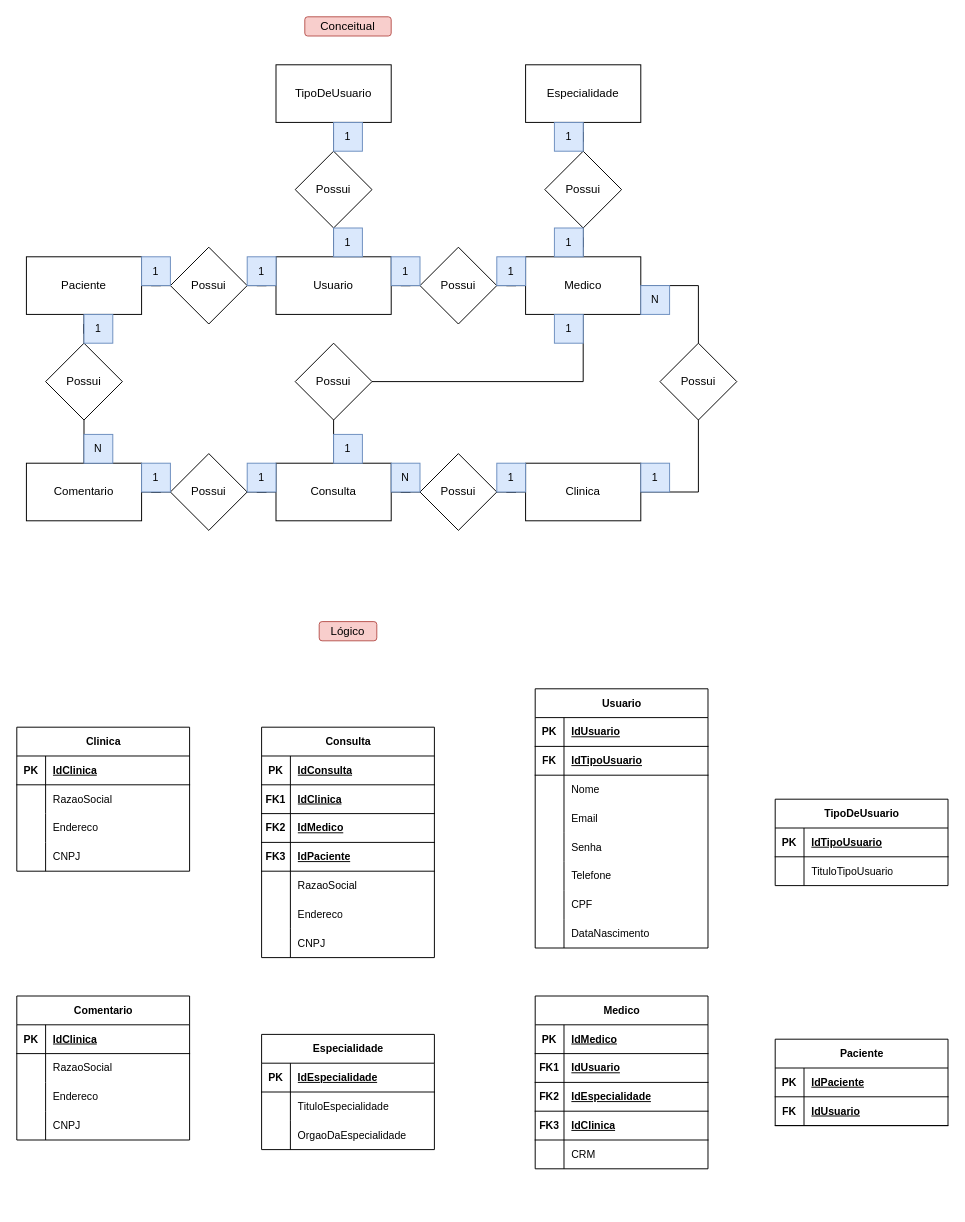
The draw.io diagram Health Clinic/Health Clinic.drawio in Gustavo-daCosta/Tecnico-DEV-Projetos, before the edit. Source tidied: cells renumbered, new cells numbered last; positions are measured from the earlier drawing's top-left corner, leaving out a move shared by most shapes. Both pictures are drawn from the tidied source at 96%, with x=0, y=0 at pixel (16, 16).
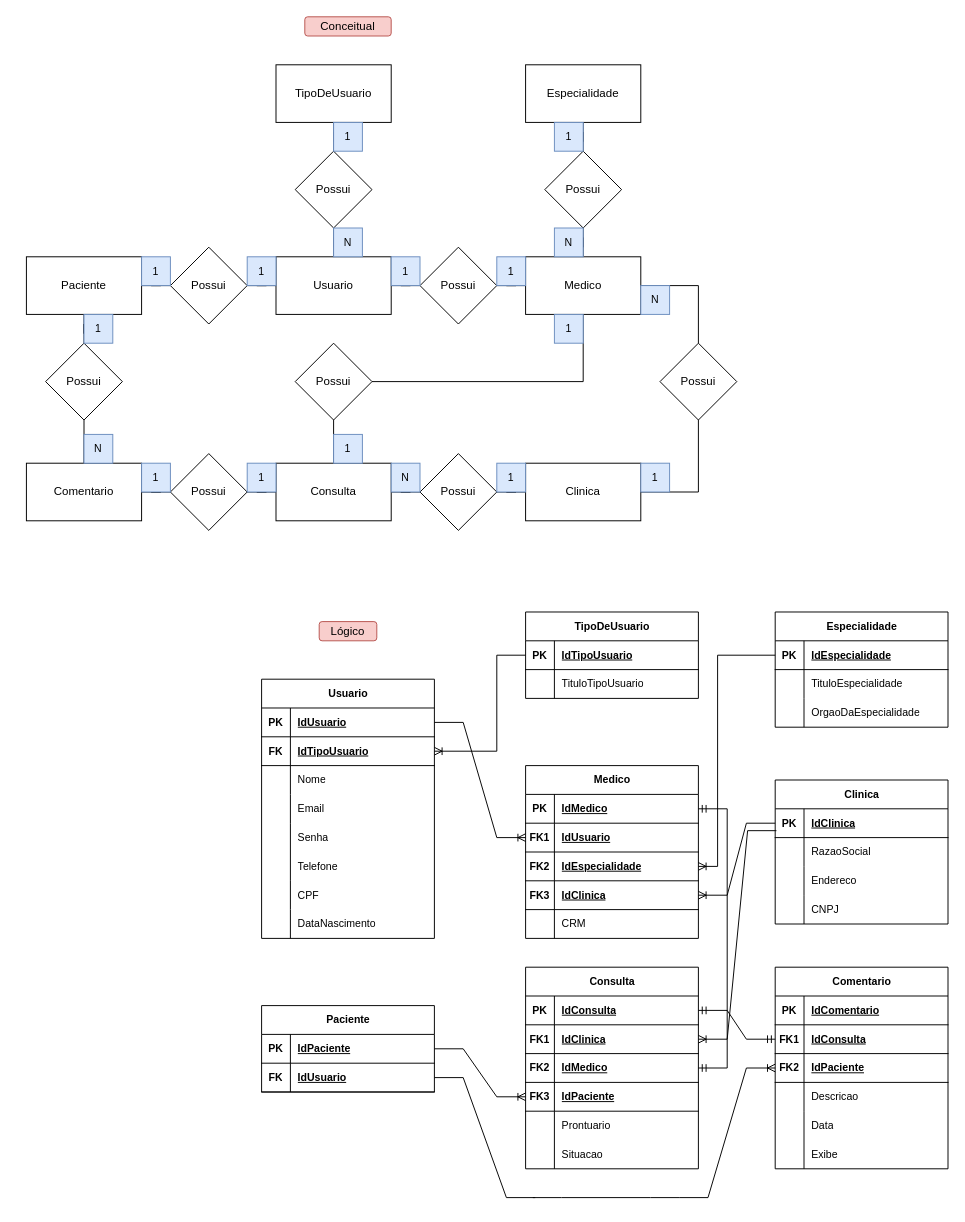
After the change.

Commit message (it also covers changes not shown here):
Health Clinic: MER & DER finalizado

The change refers to these unchanged cells:
```xml
<mxCell id="58" style="shape=tableRow;horizontal=0;startSize=0;swimlaneHead=0;swimlaneBody=0;fillColor=none;points=[[0,0.5],[1,0.5]];portConstraint=eastwest;top=0;left=0;right=0;bottom=1;fontFamily=Helvetica;fontSize=11;fontColor=default;" parent="57" vertex="1">
  <mxGeometry y="30" width="180" height="30" as="geometry" />
</mxCell>
<mxCell id="78" style="shape=tableRow;horizontal=0;startSize=0;swimlaneHead=0;swimlaneBody=0;fillColor=none;points=[[0,0.5],[1,0.5]];portConstraint=eastwest;top=0;left=0;right=0;bottom=1;fontFamily=Helvetica;fontSize=11;fontColor=default;" parent="77" vertex="1">
  <mxGeometry y="30" width="180" height="30" as="geometry" />
</mxCell>
<mxCell id="81" style="shape=tableRow;horizontal=0;startSize=0;swimlaneHead=0;swimlaneBody=0;fillColor=none;points=[[0,0.5],[1,0.5]];portConstraint=eastwest;top=0;left=0;right=0;bottom=1;fontFamily=Helvetica;fontSize=11;fontColor=default;" parent="77" vertex="1">
  <mxGeometry y="60" width="180" height="30" as="geometry" />
</mxCell>
<mxCell id="103" style="shape=tableRow;horizontal=0;startSize=0;swimlaneHead=0;swimlaneBody=0;fillColor=none;points=[[0,0.5],[1,0.5]];portConstraint=eastwest;top=0;left=0;right=0;bottom=1;fontFamily=Helvetica;fontSize=11;fontColor=default;" parent="102" vertex="1">
  <mxGeometry y="30" width="180" height="30" as="geometry" />
</mxCell>
<mxCell id="106" style="shape=tableRow;horizontal=0;startSize=0;swimlaneHead=0;swimlaneBody=0;fillColor=none;points=[[0,0.5],[1,0.5]];portConstraint=eastwest;top=0;left=0;right=0;bottom=1;fontFamily=Helvetica;fontSize=11;fontColor=default;" parent="102" vertex="1">
  <mxGeometry y="60" width="180" height="30" as="geometry" />
</mxCell>
<mxCell id="109" style="shape=tableRow;horizontal=0;startSize=0;swimlaneHead=0;swimlaneBody=0;fillColor=none;points=[[0,0.5],[1,0.5]];portConstraint=eastwest;top=0;left=0;right=0;bottom=1;fontFamily=Helvetica;fontSize=11;fontColor=default;" parent="102" vertex="1">
  <mxGeometry y="90" width="180" height="30" as="geometry" />
</mxCell>
<mxCell id="112" style="shape=tableRow;horizontal=0;startSize=0;swimlaneHead=0;swimlaneBody=0;fillColor=none;points=[[0,0.5],[1,0.5]];portConstraint=eastwest;top=0;left=0;right=0;bottom=1;fontFamily=Helvetica;fontSize=11;fontColor=default;" parent="102" vertex="1">
  <mxGeometry y="120" width="180" height="30" as="geometry" />
</mxCell>
<mxCell id="119" style="shape=tableRow;horizontal=0;startSize=0;swimlaneHead=0;swimlaneBody=0;fillColor=none;points=[[0,0.5],[1,0.5]];portConstraint=eastwest;top=0;left=0;right=0;bottom=1;fontFamily=Helvetica;fontSize=11;fontColor=default;" parent="118" vertex="1">
  <mxGeometry y="30" width="180" height="30" as="geometry" />
</mxCell>
<mxCell id="129" style="shape=tableRow;horizontal=0;startSize=0;swimlaneHead=0;swimlaneBody=0;fillColor=none;top=0;left=0;right=0;bottom=1;fontFamily=Helvetica;fontSize=11;fontColor=default;" parent="128" vertex="1">
  <mxGeometry y="30" width="180" height="30" as="geometry" />
</mxCell>
<mxCell id="142" style="shape=tableRow;horizontal=0;startSize=0;swimlaneHead=0;swimlaneBody=0;fillColor=none;points=[[0,0.5],[1,0.5]];portConstraint=eastwest;top=0;left=0;right=0;bottom=1;fontFamily=Helvetica;fontSize=11;fontColor=default;" parent="141" vertex="1">
  <mxGeometry y="30" width="180" height="30" as="geometry" />
</mxCell>
<mxCell id="145" style="shape=tableRow;horizontal=0;startSize=0;swimlaneHead=0;swimlaneBody=0;fillColor=none;points=[[0,0.5],[1,0.5]];portConstraint=eastwest;top=0;left=0;right=0;bottom=1;fontFamily=Helvetica;fontSize=11;fontColor=default;" parent="141" vertex="1">
  <mxGeometry y="60" width="180" height="30" as="geometry" />
</mxCell>
<mxCell id="148" style="shape=tableRow;horizontal=0;startSize=0;swimlaneHead=0;swimlaneBody=0;fillColor=none;points=[[0,0.5],[1,0.5]];portConstraint=eastwest;top=0;left=0;right=0;bottom=1;fontFamily=Helvetica;fontSize=11;fontColor=default;" parent="141" vertex="1">
  <mxGeometry y="90" width="180" height="30" as="geometry" />
</mxCell>
<mxCell id="151" style="shape=tableRow;horizontal=0;startSize=0;swimlaneHead=0;swimlaneBody=0;fillColor=none;points=[[0,0.5],[1,0.5]];portConstraint=eastwest;top=0;left=0;right=0;bottom=1;fontFamily=Helvetica;fontSize=11;fontColor=default;" parent="141" vertex="1">
  <mxGeometry y="120" width="180" height="30" as="geometry" />
</mxCell>
<mxCell id="154" style="shape=tableRow;horizontal=0;startSize=0;swimlaneHead=0;swimlaneBody=0;fillColor=none;top=0;left=0;right=0;bottom=0;fontFamily=Helvetica;fontSize=11;fontColor=default;" parent="141" vertex="1">
  <mxGeometry y="150" width="180" height="30" as="geometry" />
</mxCell>
<mxCell id="157" style="shape=tableRow;horizontal=0;startSize=0;swimlaneHead=0;swimlaneBody=0;fillColor=none;top=0;left=0;right=0;bottom=0;fontFamily=Helvetica;fontSize=11;fontColor=default;" parent="141" vertex="1">
  <mxGeometry y="180" width="180" height="30" as="geometry" />
</mxCell>
<mxCell id="164" style="shape=tableRow;horizontal=0;startSize=0;swimlaneHead=0;swimlaneBody=0;fillColor=none;points=[[0,0.5],[1,0.5]];portConstraint=eastwest;top=0;left=0;right=0;bottom=1;fontFamily=Helvetica;fontSize=11;fontColor=default;" parent="163" vertex="1">
  <mxGeometry y="30" width="180" height="30" as="geometry" />
</mxCell>
<mxCell id="167" style="shape=tableRow;horizontal=0;startSize=0;swimlaneHead=0;swimlaneBody=0;fillColor=none;points=[[0,0.5],[1,0.5]];portConstraint=eastwest;top=0;left=0;right=0;bottom=1;fontFamily=Helvetica;fontSize=11;fontColor=default;" parent="163" vertex="1">
  <mxGeometry y="60" width="180" height="30" as="geometry" />
</mxCell>
```

Diff of the diagram source:
```diff
@@
-    <mxCell id="25" value="1" style="text;html=1;strokeColor=#6c8ebf;fillColor=#dae8fc;align=center;verticalAlign=middle;whiteSpace=wrap;rounded=0;fontSize=11;fontFamily=Helvetica;" parent="1" vertex="1">
+    <mxCell id="25" value="N" style="text;html=1;strokeColor=#6c8ebf;fillColor=#dae8fc;align=center;verticalAlign=middle;whiteSpace=wrap;rounded=0;fontSize=11;fontFamily=Helvetica;" parent="1" vertex="1">
       <mxGeometry x="330" y="220" width="30" height="30" as="geometry" />
     </mxCell>
@@
-    <mxCell id="55" value="1" style="text;html=1;strokeColor=#6c8ebf;fillColor=#dae8fc;align=center;verticalAlign=middle;whiteSpace=wrap;rounded=0;fontSize=11;fontFamily=Helvetica;" parent="1" vertex="1">
+    <mxCell id="55" value="N" style="text;html=1;strokeColor=#6c8ebf;fillColor=#dae8fc;align=center;verticalAlign=middle;whiteSpace=wrap;rounded=0;fontSize=11;fontFamily=Helvetica;" parent="1" vertex="1">
       <mxGeometry x="560" y="220" width="30" height="30" as="geometry" />
     </mxCell>
@@
     <mxCell id="57" value="Clinica" style="shape=table;startSize=30;childLayout=tableLayout;rowLines=0;fontStyle=1;align=center;html=1;fontFamily=Helvetica;fontSize=11;fontColor=default;" parent="1" vertex="1">
-      <mxGeometry y="740" width="180" height="150" as="geometry" />
+      <mxGeometry x="790" y="795" width="180" height="150" as="geometry" />
     </mxCell>
@@
+    <mxCell id="170" style="edgeStyle=orthogonalEdgeStyle;rounded=0;jettySize=auto;html=1;entryX=1;entryY=0.5;entryDx=0;entryDy=0;endArrow=ERoneToMany;endFill=0;" parent="1" edge="1" source="70" target="81">
+      <mxGeometry relative="1" as="geometry">
+        <Array as="points">
+          <mxPoint x="500" y="665" />
+          <mxPoint x="500" y="765" />
+        </Array>
+      </mxGeometry>
+    </mxCell>
     <mxCell id="70" value="TipoDeUsuario" style="shape=table;startSize=30;childLayout=tableLayout;rowLines=0;fontStyle=1;align=center;html=1;fontFamily=Helvetica;fontSize=11;fontColor=default;" parent="1" vertex="1">
-      <mxGeometry x="790" y="815" width="180" height="90" as="geometry" />
+      <mxGeometry x="530" y="620" width="180" height="90" as="geometry" />
     </mxCell>
@@
     <mxCell id="77" value="Usuario" style="shape=table;startSize=30;childLayout=tableLayout;rowLines=0;fontStyle=1;align=center;html=1;fontFamily=Helvetica;fontSize=11;fontColor=default;" parent="1" vertex="1">
-      <mxGeometry x="540" y="700" width="180" height="270" as="geometry" />
+      <mxGeometry x="255" y="690" width="180" height="270" as="geometry" />
     </mxCell>
@@
     <mxCell id="102" value="Medico" style="shape=table;startSize=30;childLayout=tableLayout;rowLines=0;fontStyle=1;align=center;html=1;fontFamily=Helvetica;fontSize=11;fontColor=default;" parent="1" vertex="1">
-      <mxGeometry x="540" y="1020" width="180" height="180" as="geometry" />
+      <mxGeometry x="530" y="780" width="180" height="180" as="geometry" />
     </mxCell>
@@
     <mxCell id="118" value="Especialidade" style="shape=table;startSize=30;childLayout=tableLayout;rowLines=0;fontStyle=1;align=center;html=1;fontFamily=Helvetica;fontSize=11;fontColor=default;" parent="1" vertex="1">
-      <mxGeometry x="255" y="1060" width="180" height="120" as="geometry" />
+      <mxGeometry x="790" y="620" width="180" height="120" as="geometry" />
     </mxCell>
@@
     <mxCell id="128" value="Comentario" style="shape=table;startSize=30;childLayout=tableLayout;rowLines=0;fontStyle=1;align=center;html=1;fontFamily=Helvetica;fontSize=11;fontColor=default;" parent="1" vertex="1">
-      <mxGeometry y="1020" width="180" height="150" as="geometry" />
+      <mxGeometry x="790" y="990" width="180" height="210" as="geometry" />
     </mxCell>
@@
-    <mxCell id="131" value="IdClinica" style="shape=partialRectangle;fillColor=none;top=0;left=0;bottom=0;right=0;align=left;spacingLeft=6;fontStyle=5;overflow=hidden;whiteSpace=wrap;html=1;fontFamily=Helvetica;fontSize=11;fontColor=default;" parent="129" vertex="1">
+    <mxCell id="131" value="IdComentario" style="shape=partialRectangle;fillColor=none;top=0;left=0;bottom=0;right=0;align=left;spacingLeft=6;fontStyle=5;overflow=hidden;whiteSpace=wrap;html=1;fontFamily=Helvetica;fontSize=11;fontColor=default;" parent="129" vertex="1">
       <mxGeometry x="30" width="150" height="30" as="geometry" />
     </mxCell>
+    <mxCell id="171" style="shape=tableRow;horizontal=0;startSize=0;swimlaneHead=0;swimlaneBody=0;fillColor=none;points=[[0,0.5],[1,0.5]];portConstraint=eastwest;top=0;left=0;right=0;bottom=1;fontFamily=Helvetica;fontSize=11;fontColor=default;" parent="128" vertex="1">
+      <mxGeometry y="60" width="180" height="30" as="geometry" />
+    </mxCell>
+    <mxCell id="172" value="FK1" style="shape=partialRectangle;fillColor=none;top=0;left=0;bottom=0;right=0;fontStyle=1;overflow=hidden;whiteSpace=wrap;html=1;fontFamily=Helvetica;fontSize=11;fontColor=default;" parent="171" vertex="1">
+      <mxGeometry width="30" height="30" as="geometry" />
+    </mxCell>
+    <mxCell id="173" value="IdConsulta" style="shape=partialRectangle;fillColor=none;top=0;left=0;bottom=0;right=0;align=left;spacingLeft=6;fontStyle=5;overflow=hidden;whiteSpace=wrap;html=1;fontFamily=Helvetica;fontSize=11;fontColor=default;" parent="171" vertex="1">
+      <mxGeometry x="30" width="150" height="30" as="geometry" />
+    </mxCell>
+    <mxCell id="174" style="shape=tableRow;horizontal=0;startSize=0;swimlaneHead=0;swimlaneBody=0;fillColor=none;points=[[0,0.5],[1,0.5]];portConstraint=eastwest;top=0;left=0;right=0;bottom=1;fontFamily=Helvetica;fontSize=11;fontColor=default;" parent="128" vertex="1">
+      <mxGeometry y="90" width="180" height="30" as="geometry" />
+    </mxCell>
+    <mxCell id="175" value="FK2" style="shape=partialRectangle;fillColor=none;top=0;left=0;bottom=0;right=0;fontStyle=1;overflow=hidden;whiteSpace=wrap;html=1;fontFamily=Helvetica;fontSize=11;fontColor=default;" parent="174" vertex="1">
+      <mxGeometry width="30" height="30" as="geometry" />
+    </mxCell>
+    <mxCell id="176" value="IdPaciente" style="shape=partialRectangle;fillColor=none;top=0;left=0;bottom=0;right=0;align=left;spacingLeft=6;fontStyle=5;overflow=hidden;whiteSpace=wrap;html=1;fontFamily=Helvetica;fontSize=11;fontColor=default;" parent="174" vertex="1">
+      <mxGeometry x="30" width="150" height="30" as="geometry" />
+    </mxCell>
     <mxCell id="132" style="shape=tableRow;horizontal=0;startSize=0;swimlaneHead=0;swimlaneBody=0;fillColor=none;top=0;left=0;right=0;bottom=0;fontFamily=Helvetica;fontSize=11;fontColor=default;" parent="128" vertex="1">
-      <mxGeometry y="60" width="180" height="30" as="geometry" />
+      <mxGeometry y="120" width="180" height="30" as="geometry" />
     </mxCell>
@@
-    <mxCell id="134" value="RazaoSocial" style="shape=partialRectangle;fillColor=none;top=0;left=0;bottom=0;right=0;align=left;spacingLeft=6;overflow=hidden;whiteSpace=wrap;html=1;fontFamily=Helvetica;fontSize=11;fontColor=default;" parent="132" vertex="1">
+    <mxCell id="134" value="Descricao" style="shape=partialRectangle;fillColor=none;top=0;left=0;bottom=0;right=0;align=left;spacingLeft=6;overflow=hidden;whiteSpace=wrap;html=1;fontFamily=Helvetica;fontSize=11;fontColor=default;" parent="132" vertex="1">
       <mxGeometry x="30" width="150" height="30" as="geometry" />
     </mxCell>
     <mxCell id="135" style="shape=tableRow;horizontal=0;startSize=0;swimlaneHead=0;swimlaneBody=0;fillColor=none;top=0;left=0;right=0;bottom=0;fontFamily=Helvetica;fontSize=11;fontColor=default;" parent="128" vertex="1">
-      <mxGeometry y="90" width="180" height="30" as="geometry" />
+      <mxGeometry y="150" width="180" height="30" as="geometry" />
     </mxCell>
@@
-    <mxCell id="137" value="Endereco" style="shape=partialRectangle;fillColor=none;top=0;left=0;bottom=0;right=0;align=left;spacingLeft=6;overflow=hidden;whiteSpace=wrap;html=1;fontFamily=Helvetica;fontSize=11;fontColor=default;" parent="135" vertex="1">
+    <mxCell id="137" value="Data" style="shape=partialRectangle;fillColor=none;top=0;left=0;bottom=0;right=0;align=left;spacingLeft=6;overflow=hidden;whiteSpace=wrap;html=1;fontFamily=Helvetica;fontSize=11;fontColor=default;" parent="135" vertex="1">
       <mxGeometry x="30" width="150" height="30" as="geometry" />
     </mxCell>
     <mxCell id="138" style="shape=tableRow;horizontal=0;startSize=0;swimlaneHead=0;swimlaneBody=0;fillColor=none;top=0;left=0;right=0;bottom=0;fontFamily=Helvetica;fontSize=11;fontColor=default;" parent="128" vertex="1">
-      <mxGeometry y="120" width="180" height="30" as="geometry" />
+      <mxGeometry y="180" width="180" height="30" as="geometry" />
     </mxCell>
@@
-    <mxCell id="140" value="CNPJ" style="shape=partialRectangle;fillColor=none;top=0;left=0;bottom=0;right=0;align=left;spacingLeft=6;overflow=hidden;whiteSpace=wrap;html=1;fontFamily=Helvetica;fontSize=11;fontColor=default;" parent="138" vertex="1">
+    <mxCell id="140" value="Exibe" style="shape=partialRectangle;fillColor=none;top=0;left=0;bottom=0;right=0;align=left;spacingLeft=6;overflow=hidden;whiteSpace=wrap;html=1;fontFamily=Helvetica;fontSize=11;fontColor=default;" parent="138" vertex="1">
       <mxGeometry x="30" width="150" height="30" as="geometry" />
     </mxCell>
     <mxCell id="141" value="Consulta" style="shape=table;startSize=30;childLayout=tableLayout;rowLines=0;fontStyle=1;align=center;html=1;fontFamily=Helvetica;fontSize=11;fontColor=default;" parent="1" vertex="1">
-      <mxGeometry x="255" y="740" width="180" height="240" as="geometry" />
+      <mxGeometry x="530" y="990" width="180" height="210" as="geometry" />
     </mxCell>
@@
-    <mxCell id="156" value="RazaoSocial" style="shape=partialRectangle;fillColor=none;top=0;left=0;bottom=0;right=0;align=left;spacingLeft=6;overflow=hidden;whiteSpace=wrap;html=1;fontFamily=Helvetica;fontSize=11;fontColor=default;" parent="154" vertex="1">
+    <mxCell id="156" value="Prontuario" style="shape=partialRectangle;fillColor=none;top=0;left=0;bottom=0;right=0;align=left;spacingLeft=6;overflow=hidden;whiteSpace=wrap;html=1;fontFamily=Helvetica;fontSize=11;fontColor=default;" parent="154" vertex="1">
       <mxGeometry x="30" width="150" height="30" as="geometry" />
     </mxCell>
@@
-    <mxCell id="159" value="Endereco" style="shape=partialRectangle;fillColor=none;top=0;left=0;bottom=0;right=0;align=left;spacingLeft=6;overflow=hidden;whiteSpace=wrap;html=1;fontFamily=Helvetica;fontSize=11;fontColor=default;" parent="157" vertex="1">
+    <mxCell id="159" value="Situacao" style="shape=partialRectangle;fillColor=none;top=0;left=0;bottom=0;right=0;align=left;spacingLeft=6;overflow=hidden;whiteSpace=wrap;html=1;fontFamily=Helvetica;fontSize=11;fontColor=default;" parent="157" vertex="1">
       <mxGeometry x="30" width="150" height="30" as="geometry" />
     </mxCell>
-    <mxCell id="160" style="shape=tableRow;horizontal=0;startSize=0;swimlaneHead=0;swimlaneBody=0;fillColor=none;top=0;left=0;right=0;bottom=0;fontFamily=Helvetica;fontSize=11;fontColor=default;" parent="141" vertex="1">
-      <mxGeometry y="210" width="180" height="30" as="geometry" />
-    </mxCell>
-    <mxCell id="161" style="shape=partialRectangle;fillColor=none;top=0;left=0;bottom=0;right=0;overflow=hidden;whiteSpace=wrap;html=1;fontFamily=Helvetica;fontSize=11;fontColor=default;" parent="160" vertex="1">
-      <mxGeometry width="30" height="30" as="geometry" />
-    </mxCell>
-    <mxCell id="162" value="CNPJ" style="shape=partialRectangle;fillColor=none;top=0;left=0;bottom=0;right=0;align=left;spacingLeft=6;overflow=hidden;whiteSpace=wrap;html=1;fontFamily=Helvetica;fontSize=11;fontColor=default;" parent="160" vertex="1">
-      <mxGeometry x="30" width="150" height="30" as="geometry" />
-    </mxCell>
     <mxCell id="163" value="Paciente" style="shape=table;startSize=30;childLayout=tableLayout;rowLines=0;fontStyle=1;align=center;html=1;fontFamily=Helvetica;fontSize=11;fontColor=default;" parent="1" vertex="1">
-      <mxGeometry x="790" y="1065" width="180" height="90" as="geometry" />
+      <mxGeometry x="255" y="1030" width="180" height="90" as="geometry" />
     </mxCell>
@@
+    <mxCell id="177" style="edgeStyle=entityRelationEdgeStyle;fontSize=12;html=1;endArrow=ERoneToMany;rounded=0;exitX=1;exitY=0.5;exitDx=0;exitDy=0;entryX=0;entryY=0.5;entryDx=0;entryDy=0;" parent="1" edge="1" source="78" target="106">
+      <mxGeometry relative="1" as="geometry" />
+    </mxCell>
+    <mxCell id="178" style="edgeStyle=orthogonalEdgeStyle;rounded=0;jettySize=auto;html=1;endArrow=ERoneToMany;endFill=0;exitX=0;exitY=0.5;exitDx=0;exitDy=0;entryX=1;entryY=0.5;entryDx=0;entryDy=0;" parent="1" edge="1" source="119" target="109">
+      <mxGeometry relative="1" as="geometry">
+        <Array as="points">
+          <mxPoint x="730" y="665" />
+          <mxPoint x="730" y="885" />
+        </Array>
+      </mxGeometry>
+    </mxCell>
+    <mxCell id="179" style="edgeStyle=entityRelationEdgeStyle;fontSize=12;html=1;endArrow=ERmandOne;startArrow=ERmandOne;rounded=0;exitX=1;exitY=0.5;exitDx=0;exitDy=0;entryX=0;entryY=0.5;entryDx=0;entryDy=0;" parent="1" edge="1" source="142" target="171">
+      <mxGeometry relative="1" as="geometry" />
+    </mxCell>
+    <mxCell id="180" style="edgeStyle=entityRelationEdgeStyle;fontSize=12;html=1;endArrow=ERmandOne;startArrow=ERmandOne;rounded=0;exitX=1;exitY=0.5;exitDx=0;exitDy=0;entryX=1;entryY=0.5;entryDx=0;entryDy=0;" parent="1" edge="1" source="148" target="103">
+      <mxGeometry relative="1" as="geometry">
+        <Array as="points">
+          <mxPoint x="750" y="960" />
+          <mxPoint x="770" y="1040" />
+          <mxPoint x="760" y="960" />
+          <mxPoint x="760" y="960" />
+        </Array>
+      </mxGeometry>
+    </mxCell>
+    <mxCell id="181" style="edgeStyle=entityRelationEdgeStyle;fontSize=12;html=1;endArrow=ERoneToMany;rounded=0;entryX=1;entryY=0.5;entryDx=0;entryDy=0;exitX=0;exitY=0.5;exitDx=0;exitDy=0;" parent="1" edge="1" source="58" target="112">
+      <mxGeometry relative="1" as="geometry" />
+    </mxCell>
+    <mxCell id="182" style="edgeStyle=entityRelationEdgeStyle;fontSize=12;html=1;endArrow=ERoneToMany;rounded=0;exitX=0.007;exitY=0.759;exitDx=0;exitDy=0;exitPerimeter=0;entryX=1;entryY=0.5;entryDx=0;entryDy=0;" parent="1" edge="1" source="58" target="145">
+      <mxGeometry relative="1" as="geometry" />
+    </mxCell>
+    <mxCell id="183" style="edgeStyle=entityRelationEdgeStyle;fontSize=12;html=1;endArrow=ERoneToMany;rounded=0;exitX=1;exitY=0.5;exitDx=0;exitDy=0;entryX=0;entryY=0.5;entryDx=0;entryDy=0;" parent="1" edge="1" source="164" target="151">
+      <mxGeometry relative="1" as="geometry" />
+    </mxCell>
+    <mxCell id="184" style="edgeStyle=entityRelationEdgeStyle;fontSize=12;html=1;endArrow=none;rounded=0;exitX=1;exitY=0.5;exitDx=0;exitDy=0;endFill=0;" parent="1" edge="1" source="167">
+      <mxGeometry relative="1" as="geometry">
+        <mxPoint x="540" y="1230" as="targetPoint" />
+        <Array as="points">
+          <mxPoint x="630" y="1280" />
+        </Array>
+      </mxGeometry>
+    </mxCell>
+    <mxCell id="185" style="edgeStyle=entityRelationEdgeStyle;fontSize=12;html=1;endArrow=ERoneToMany;rounded=0;entryX=0;entryY=0.5;entryDx=0;entryDy=0;" parent="1" edge="1" target="174">
+      <mxGeometry relative="1" as="geometry">
+        <mxPoint x="690" y="1230" as="sourcePoint" />
+      </mxGeometry>
+    </mxCell>
+    <mxCell id="186" style="edgeStyle=entityRelationEdgeStyle;fontSize=12;html=1;endArrow=none;rounded=0;exitX=1;exitY=0.5;exitDx=0;exitDy=0;endFill=0;" parent="1" edge="1">
+      <mxGeometry relative="1" as="geometry">
+        <mxPoint x="537.5" y="1230" as="sourcePoint" />
+        <mxPoint x="690" y="1230" as="targetPoint" />
+        <Array as="points">
+          <mxPoint x="732.5" y="1405" />
+        </Array>
+      </mxGeometry>
+    </mxCell>
```
